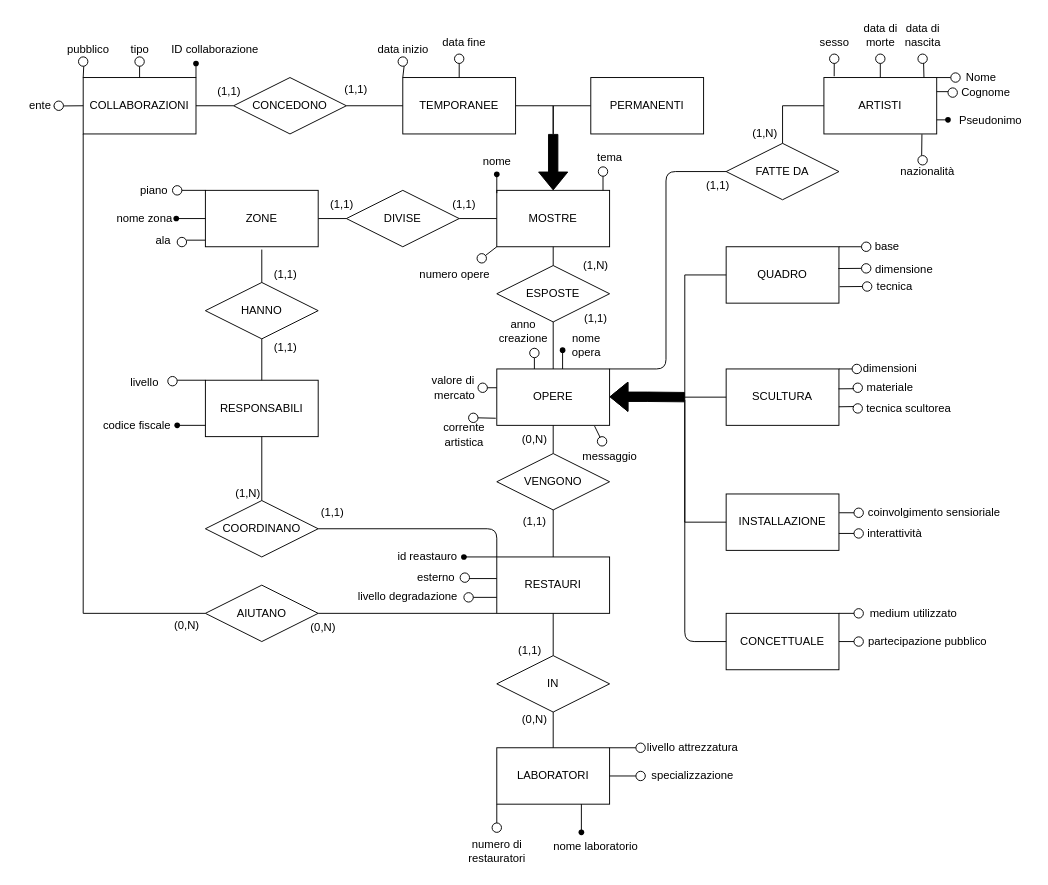
ColdBerri/Database-Unipd-2025 keeps this draw.io diagram as Museo.drawio. Above is the earlier version. Source tidied: cells renumbered, new cells numbered last; positions are measured from the earlier drawing's top-left corner, leaving out a move shared by most shapes. Both pictures are drawn from the tidied source at 94%, with x=0, y=0 at pixel (16, 16).
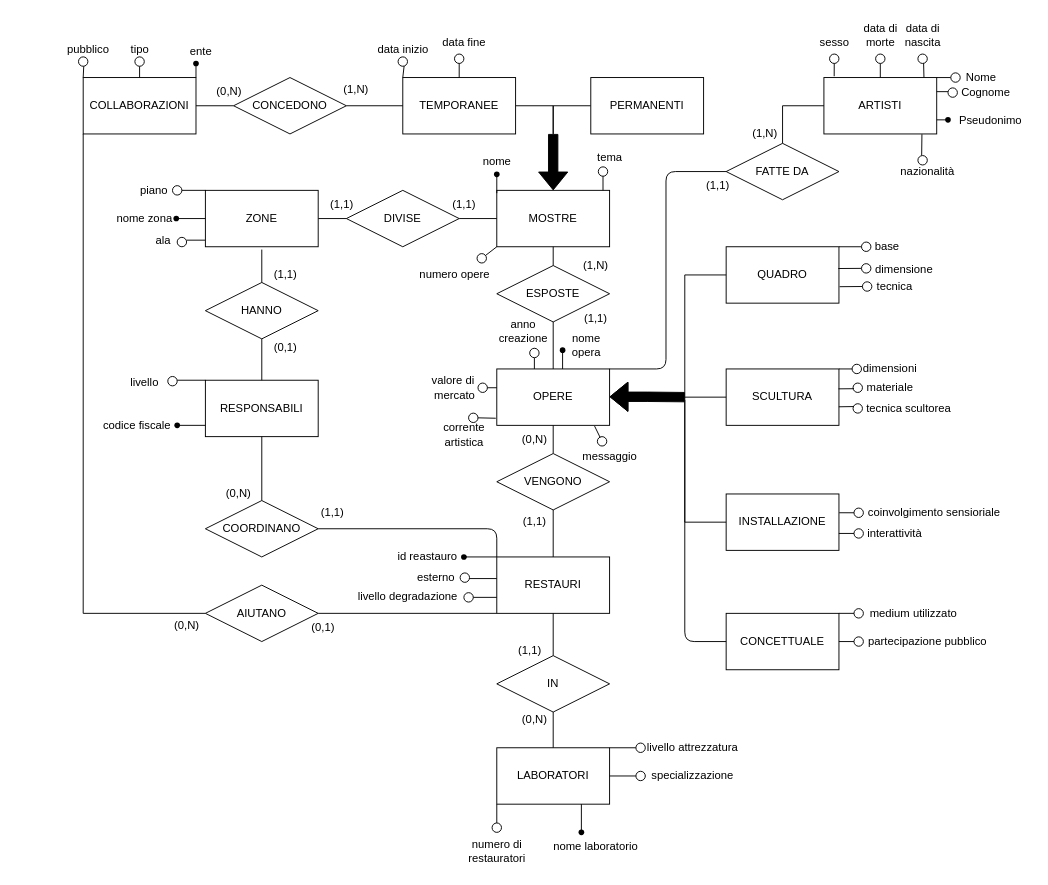
After the change.

Commit message (it also covers changes not shown here):
ultime modifiche su cardinalità e concetto nel concettuale

Unchanged cells that the change refers to:
```xml
<mxCell id="37" value="COLLABORAZIONI" style="rounded=0;whiteSpace=wrap;html=1;" parent="1" vertex="1">
  <mxGeometry x="71" y="65" width="120" height="60" as="geometry" />
</mxCell>
```

What changed in the source:
```diff
@@
     <mxCell id="136" value="ente" style="text;html=1;align=center;verticalAlign=middle;strokeColor=none;fillColor=none;" parent="1" vertex="1">
-      <mxGeometry y="80" width="50" height="30" as="geometry" />
+      <mxGeometry x="171" y="23" width="50" height="30" as="geometry" />
     </mxCell>
@@
-    <mxCell id="189" value="(0,N)" style="text;html=1;align=center;verticalAlign=middle;strokeColor=none;fillColor=none;" parent="1" vertex="1">
+    <mxCell id="189" value="(0,1)" style="text;html=1;align=center;verticalAlign=middle;strokeColor=none;fillColor=none;" parent="1" vertex="1">
       <mxGeometry x="301" y="635" width="50" height="30" as="geometry" />
     </mxCell>
@@
-    <mxCell id="192" value="(1,N)" style="text;html=1;align=center;verticalAlign=middle;strokeColor=none;fillColor=none;" parent="1" vertex="1">
-      <mxGeometry x="221" y="493" width="50" height="30" as="geometry" />
+    <mxCell id="192" value="(0,N)" style="text;html=1;align=center;verticalAlign=middle;strokeColor=none;fillColor=none;" parent="1" vertex="1">
+      <mxGeometry x="211" y="493" width="50" height="30" as="geometry" />
     </mxCell>
@@
-    <mxCell id="194" value="(1,1)" style="text;html=1;align=center;verticalAlign=middle;strokeColor=none;fillColor=none;" parent="1" vertex="1">
+    <mxCell id="194" value="(0,1)" style="text;html=1;align=center;verticalAlign=middle;strokeColor=none;fillColor=none;" parent="1" vertex="1">
       <mxGeometry x="261" y="337" width="50" height="30" as="geometry" />
     </mxCell>
@@
-    <mxCell id="200" value="(1,1)" style="text;html=1;align=center;verticalAlign=middle;strokeColor=none;fillColor=none;" parent="1" vertex="1">
+    <mxCell id="200" value="(0,N)" style="text;html=1;align=center;verticalAlign=middle;strokeColor=none;fillColor=none;" parent="1" vertex="1">
       <mxGeometry x="201" y="65" width="50" height="30" as="geometry" />
     </mxCell>
-    <mxCell id="201" value="(1,1)" style="text;html=1;align=center;verticalAlign=middle;strokeColor=none;fillColor=none;" parent="1" vertex="1">
+    <mxCell id="201" value="(1,N)" style="text;html=1;align=center;verticalAlign=middle;strokeColor=none;fillColor=none;" parent="1" vertex="1">
       <mxGeometry x="336" y="63" width="50" height="30" as="geometry" />
     </mxCell>
@@
-    <mxCell id="209" style="endArrow=none;html=1;entryX=0;entryY=0.5;entryDx=0;entryDy=0;startArrow=none;" parent="1" edge="1" source="211" target="37">
-      <mxGeometry relative="1" as="geometry" />
-    </mxCell>
-    <mxCell id="210" style="endArrow=none;html=1;entryX=0;entryY=0.5;entryDx=0;entryDy=0;" parent="1" edge="1" target="211">
-      <mxGeometry relative="1" as="geometry">
-        <mxPoint x="41" y="98" as="sourcePoint" />
-      </mxGeometry>
-    </mxCell>
-    <mxCell id="211" style="ellipse;whiteSpace=wrap;html=1;" parent="1" vertex="1">
-      <mxGeometry x="40" y="90" width="10" height="10" as="geometry" />
-    </mxCell>
-    <mxCell id="212" value="ID collaborazione" style="text;html=1;align=center;verticalAlign=middle;strokeColor=none;fillColor=none;" parent="1" vertex="1">
-      <mxGeometry x="151" y="20" width="120" height="30" as="geometry" />
-    </mxCell>
```
